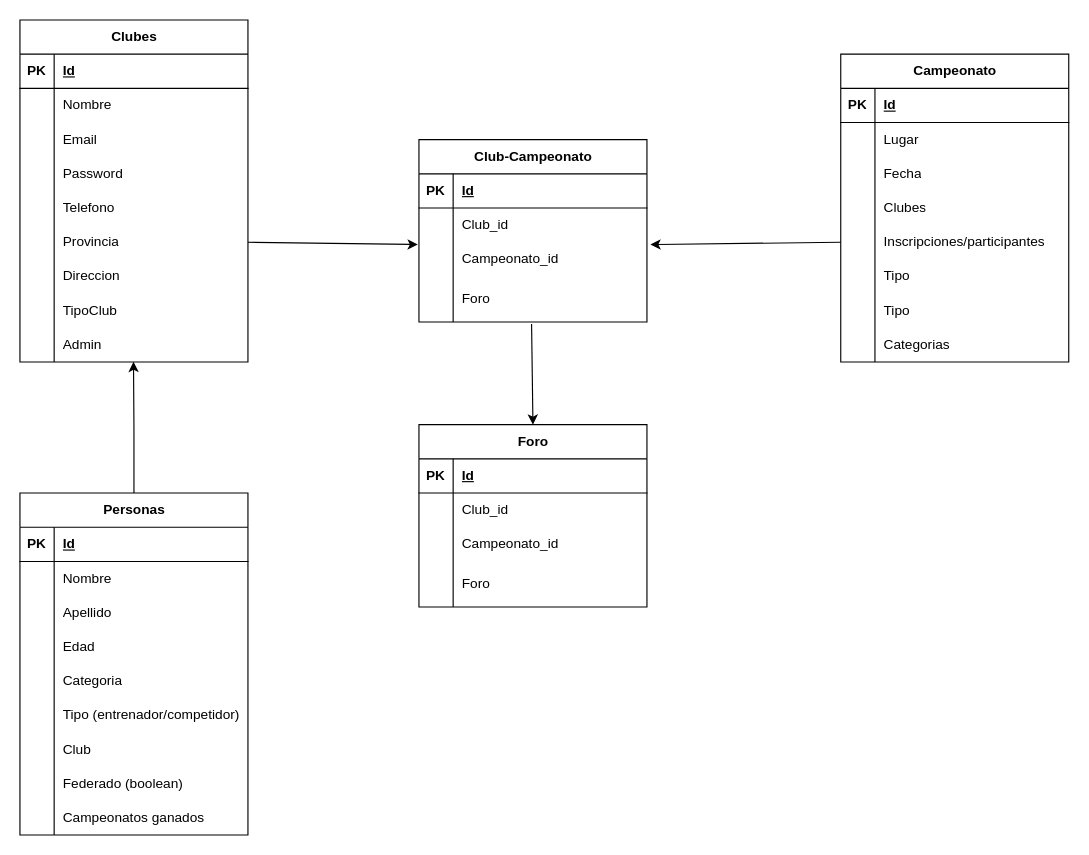
The draw.io diagram Diagrama sin título.drawio in IvanSoriano19/tkdata-react-mui, before the edit. Source tidied: cells renumbered, new cells numbered last; positions are measured from the earlier drawing's top-left corner, leaving out a move shared by most shapes. Both pictures are drawn from the tidied source at 114%, with x=0, y=0 at pixel (19, 19).
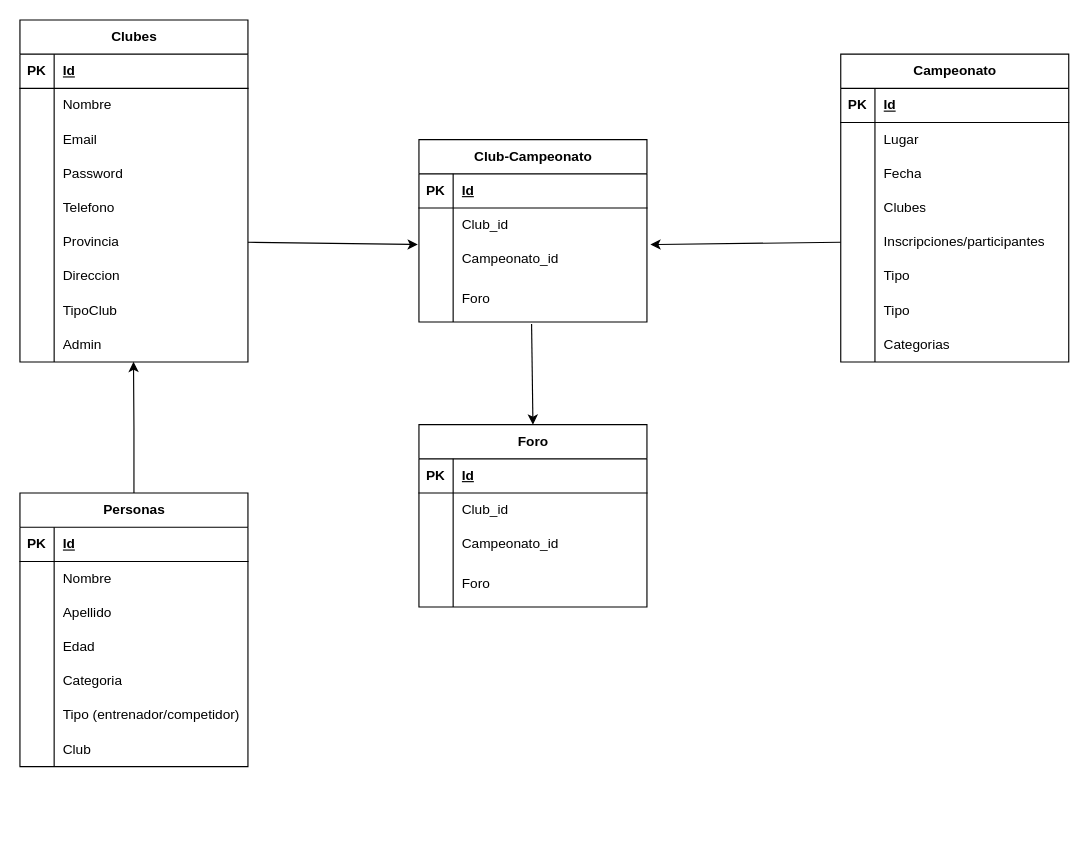
After the change.

What changed in the source:
```diff
@@
     <mxCell id="56" value="Personas" style="shape=table;startSize=30;childLayout=tableLayout;rowLines=0;fontStyle=1;align=center;html=1;" parent="1" vertex="1">
-      <mxGeometry y="415" width="200" height="300" as="geometry" />
+      <mxGeometry y="415" width="200" height="240" as="geometry" />
     </mxCell>
@@
-    <mxCell id="78" style="shape=tableRow;horizontal=0;startSize=0;swimlaneHead=0;swimlaneBody=0;fillColor=none;top=0;left=0;right=0;bottom=0;" parent="56" vertex="1">
-      <mxGeometry y="240" width="200" height="30" as="geometry" />
-    </mxCell>
-    <mxCell id="79" style="shape=partialRectangle;fillColor=none;top=0;left=0;bottom=0;right=0;overflow=hidden;whiteSpace=wrap;html=1;" parent="78" vertex="1">
-      <mxGeometry width="30" height="30" as="geometry" />
-    </mxCell>
-    <mxCell id="80" value="Federado (boolean)" style="shape=partialRectangle;fillColor=none;top=0;left=0;bottom=0;right=0;align=left;spacingLeft=6;overflow=hidden;whiteSpace=wrap;html=1;" parent="78" vertex="1">
-      <mxGeometry x="30" width="170" height="30" as="geometry" />
-    </mxCell>
-    <mxCell id="81" style="shape=tableRow;horizontal=0;startSize=0;swimlaneHead=0;swimlaneBody=0;fillColor=none;top=0;left=0;right=0;bottom=0;" parent="56" vertex="1">
-      <mxGeometry y="270" width="200" height="30" as="geometry" />
-    </mxCell>
-    <mxCell id="82" style="shape=partialRectangle;fillColor=none;top=0;left=0;bottom=0;right=0;overflow=hidden;whiteSpace=wrap;html=1;" parent="81" vertex="1">
-      <mxGeometry width="30" height="30" as="geometry" />
-    </mxCell>
-    <mxCell id="83" value="Campeonatos ganados" style="shape=partialRectangle;fillColor=none;top=0;left=0;bottom=0;right=0;align=left;spacingLeft=6;overflow=hidden;whiteSpace=wrap;html=1;" parent="81" vertex="1">
-      <mxGeometry x="30" width="170" height="30" as="geometry" />
-    </mxCell>
```
